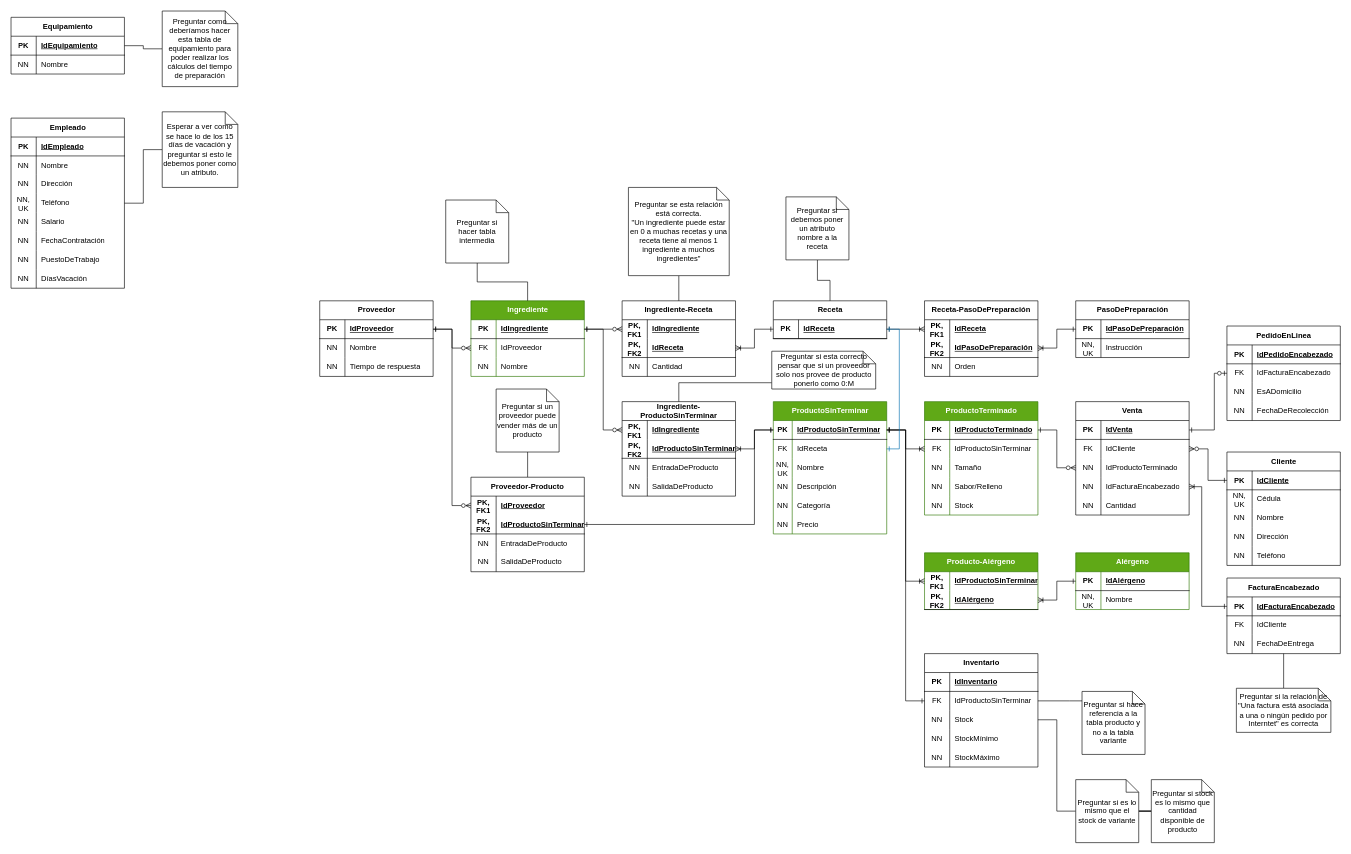
Above: Diagramas Delicias Artesanales.drawio in gfranciscoerazom/ProyectoIntegradorDeliciasArtesanales (draw.io), before the change. Source tidied: cells renumbered, new cells numbered last; positions are measured from the earlier drawing's top-left corner, leaving out a move shared by most shapes. Both pictures are drawn from the tidied source at 63%, with x=0, y=0 at pixel (11, 11).
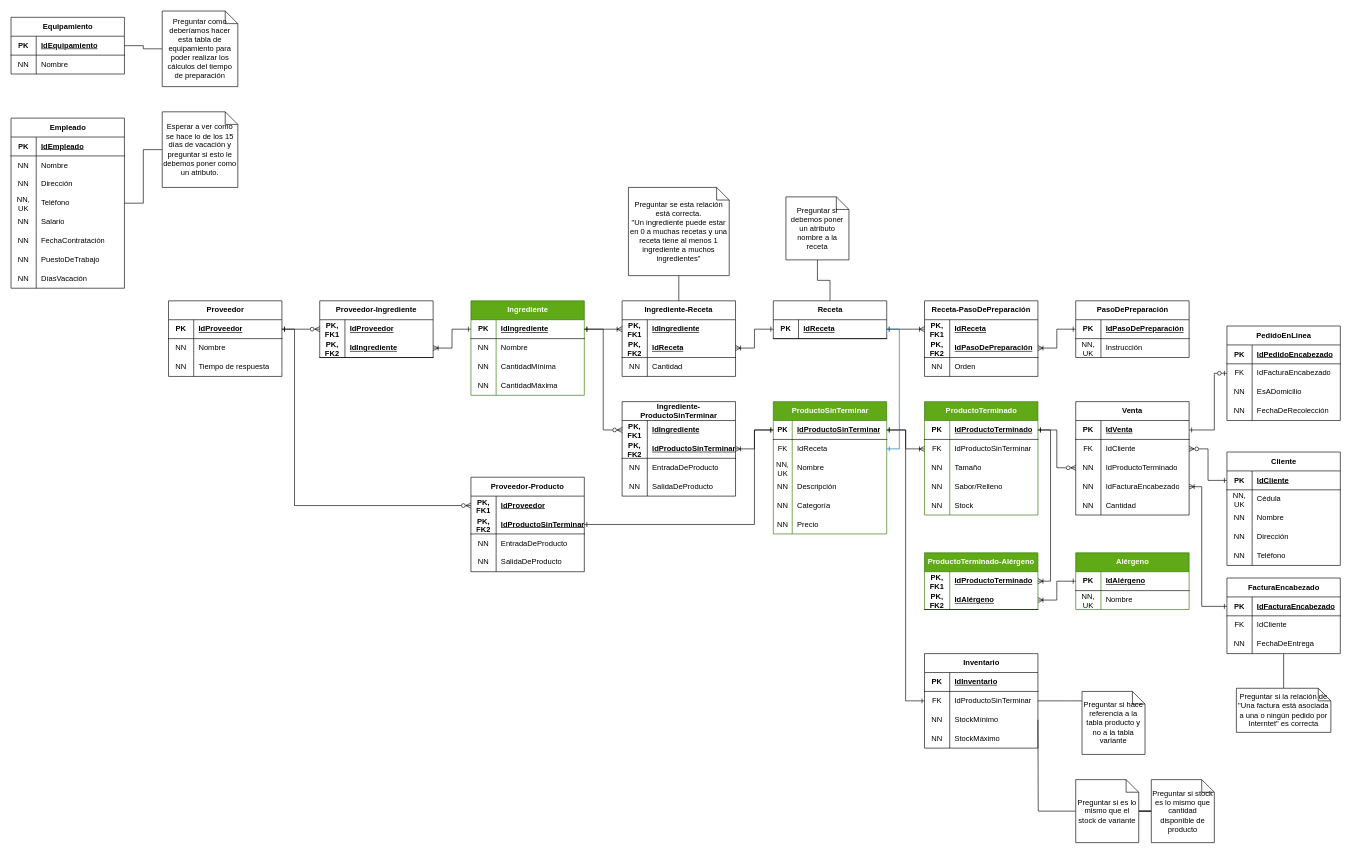
The same page after the edit.

Commit message:
Make it possible for suppliers to provide many products and for one product to be provided by many suppliers

Unchanged cells that the change refers to:
```xml
<mxCell id="35" style="shape=tableRow;horizontal=0;startSize=0;swimlaneHead=0;swimlaneBody=0;fillColor=none;points=[[0,0.5],[1,0.5]];portConstraint=eastwest;top=0;left=0;right=0;bottom=1;" parent="34" vertex="1">
  <mxGeometry y="30" width="180" height="30" as="geometry" />
</mxCell>
<mxCell id="45" style="shape=tableRow;horizontal=0;startSize=0;swimlaneHead=0;swimlaneBody=0;fillColor=none;points=[[0,0.5],[1,0.5]];portConstraint=eastwest;top=0;left=0;right=0;bottom=0;html=1;" parent="44" vertex="1">
  <mxGeometry y="30" width="180" height="30" as="geometry" />
</mxCell>
<mxCell id="82" style="shape=tableRow;horizontal=0;startSize=0;swimlaneHead=0;swimlaneBody=0;fillColor=none;points=[[0,0.5],[1,0.5]];portConstraint=eastwest;top=0;left=0;right=0;bottom=1;" parent="81" vertex="1">
  <mxGeometry y="30" width="180" height="30" as="geometry" />
</mxCell>
<mxCell id="101" style="shape=tableRow;horizontal=0;startSize=0;swimlaneHead=0;swimlaneBody=0;fillColor=none;points=[[0,0.5],[1,0.5]];portConstraint=eastwest;top=0;left=0;right=0;bottom=1;" parent="100" vertex="1">
  <mxGeometry y="30" width="180" height="30" as="geometry" />
</mxCell>
<mxCell id="119" value="Ingrediente-ProductoSinTerminar" style="shape=table;startSize=30;childLayout=tableLayout;rowLines=0;fontStyle=1;align=center;html=1;whiteSpace=wrap;" parent="1" vertex="1">
  <mxGeometry x="970" y="620" width="180" height="150" as="geometry" />
</mxCell>
<mxCell id="135" style="shape=tableRow;horizontal=0;startSize=0;swimlaneHead=0;swimlaneBody=0;fillColor=none;points=[[0,0.5],[1,0.5]];portConstraint=eastwest;top=0;left=0;right=0;bottom=1;" parent="134" vertex="1">
  <mxGeometry y="30" width="180" height="30" as="geometry" />
</mxCell>
<mxCell id="152" style="shape=tableRow;horizontal=0;startSize=0;swimlaneHead=0;swimlaneBody=0;fillColor=none;points=[[0,0.5],[1,0.5]];portConstraint=eastwest;top=0;left=0;right=0;bottom=0;html=1;" parent="151" vertex="1">
  <mxGeometry y="30" width="180" height="30" as="geometry" />
</mxCell>
<mxCell id="187" value="Preguntar si es lo mismo que el stock de variante" style="shape=note;size=20;whiteSpace=wrap;html=1;" parent="1" vertex="1">
  <mxGeometry x="1690" y="1220" width="100" height="100" as="geometry" />
</mxCell>
<mxCell id="192" value="Proveedor-Producto" style="shape=table;startSize=30;childLayout=tableLayout;rowLines=0;fontStyle=1;align=center;html=1;whiteSpace=wrap;" parent="1" vertex="1">
  <mxGeometry x="730" y="740" width="180" height="150" as="geometry" />
</mxCell>
<mxCell id="193" style="shape=tableRow;horizontal=0;startSize=0;swimlaneHead=0;swimlaneBody=0;fillColor=none;points=[[0,0.5],[1,0.5]];portConstraint=eastwest;top=0;left=0;right=0;bottom=0;html=1;" parent="192" vertex="1">
  <mxGeometry y="30" width="180" height="30" as="geometry" />
</mxCell>
```

The edit, as a diff of the source:
```diff
@@
     <mxCell id="34" value="Ingrediente" style="shape=table;startSize=30;childLayout=tableLayout;rowLines=0;fontStyle=1;align=center;html=1;fillColor=#60a917;fontColor=#ffffff;strokeColor=#2D7600;" parent="1" vertex="1">
-      <mxGeometry x="730" y="460" width="180" height="120" as="geometry" />
+      <mxGeometry x="730" y="460" width="180" height="150" as="geometry" />
     </mxCell>
@@
-    <mxCell id="38" style="shape=tableRow;horizontal=0;startSize=0;swimlaneHead=0;swimlaneBody=0;fillColor=none;points=[[0,0.5],[1,0.5]];portConstraint=eastwest;top=0;left=0;right=0;bottom=0;" parent="34" vertex="1">
-      <mxGeometry y="60" width="180" height="30" as="geometry" />
-    </mxCell>
-    <mxCell id="39" value="FK" style="shape=partialRectangle;fillColor=none;top=0;left=0;bottom=0;right=0;overflow=hidden;whiteSpace=wrap;html=1;" parent="38" vertex="1">
-      <mxGeometry width="40" height="30" as="geometry" />
-    </mxCell>
-    <mxCell id="40" value="IdProveedor" style="shape=partialRectangle;fillColor=none;top=0;left=0;bottom=0;right=0;align=left;spacingLeft=6;overflow=hidden;whiteSpace=wrap;html=1;" parent="38" vertex="1">
-      <mxGeometry x="40" width="140" height="30" as="geometry" />
-    </mxCell>
     <mxCell id="41" style="shape=tableRow;horizontal=0;startSize=0;swimlaneHead=0;swimlaneBody=0;fillColor=none;top=0;left=0;right=0;bottom=0;" parent="34" vertex="1">
-      <mxGeometry y="90" width="180" height="30" as="geometry" />
+      <mxGeometry y="60" width="180" height="30" as="geometry" />
     </mxCell>
@@
+    <mxCell id="174" style="shape=tableRow;horizontal=0;startSize=0;swimlaneHead=0;swimlaneBody=0;fillColor=none;points=[[0,0.5],[1,0.5]];portConstraint=eastwest;top=0;left=0;right=0;bottom=0;" parent="34" vertex="1">
+      <mxGeometry y="90" width="180" height="30" as="geometry" />
+    </mxCell>
+    <mxCell id="271" value="NN" style="shape=partialRectangle;fillColor=none;top=0;left=0;bottom=0;right=0;overflow=hidden;whiteSpace=wrap;html=1;" parent="174" vertex="1">
+      <mxGeometry width="40" height="30" as="geometry" />
+    </mxCell>
+    <mxCell id="272" value="CantidadMínima" style="shape=partialRectangle;fillColor=none;top=0;left=0;bottom=0;right=0;align=left;spacingLeft=6;overflow=hidden;whiteSpace=wrap;html=1;" parent="174" vertex="1">
+      <mxGeometry x="40" width="140" height="30" as="geometry" />
+    </mxCell>
+    <mxCell id="273" style="shape=tableRow;horizontal=0;startSize=0;swimlaneHead=0;swimlaneBody=0;fillColor=none;top=0;left=0;right=0;bottom=0;" parent="34" vertex="1">
+      <mxGeometry y="120" width="180" height="30" as="geometry" />
+    </mxCell>
+    <mxCell id="274" value="NN" style="shape=partialRectangle;fillColor=none;top=0;left=0;bottom=0;right=0;overflow=hidden;whiteSpace=wrap;html=1;" parent="273" vertex="1">
+      <mxGeometry width="40" height="30" as="geometry" />
+    </mxCell>
+    <mxCell id="275" value="CantidadMáxima" style="shape=partialRectangle;fillColor=none;top=0;left=0;bottom=0;right=0;align=left;spacingLeft=6;overflow=hidden;whiteSpace=wrap;html=1;" parent="273" vertex="1">
+      <mxGeometry x="40" width="140" height="30" as="geometry" />
+    </mxCell>
@@
-    <mxCell id="58" style="edgeStyle=orthogonalEdgeStyle;rounded=0;jettySize=auto;html=1;endArrow=ERzeroToMany;endFill=0;startArrow=ERone;startFill=0;" parent="1" edge="1" source="35" target="45">
+    <mxCell id="58" style="edgeStyle=orthogonalEdgeStyle;rounded=0;jettySize=auto;html=1;endArrow=ERoneToMany;endFill=0;startArrow=ERone;startFill=0;" parent="1" edge="1" source="35" target="45">
       <mxGeometry relative="1" as="geometry" />
     </mxCell>
@@
     <mxCell id="81" value="Proveedor" style="shape=table;startSize=30;childLayout=tableLayout;rowLines=0;fontStyle=1;align=center;html=1;" parent="1" vertex="1">
-      <mxGeometry x="490" y="460" width="180" height="120" as="geometry" />
+      <mxGeometry x="250" y="460" width="180" height="120" as="geometry" />
     </mxCell>
@@
-    <mxCell id="91" style="edgeStyle=orthogonalEdgeStyle;rounded=0;jettySize=auto;html=1;endArrow=ERzeroToMany;endFill=0;startArrow=ERone;startFill=0;" parent="1" edge="1" source="82" target="38">
+    <mxCell id="91" style="edgeStyle=orthogonalEdgeStyle;rounded=0;jettySize=auto;html=1;endArrow=ERzeroToMany;endFill=0;startArrow=ERone;startFill=0;" parent="1" edge="1" source="82" target="277">
       <mxGeometry relative="1" as="geometry" />
     </mxCell>
-    <mxCell id="92" style="edgeStyle=orthogonalEdgeStyle;rounded=0;jettySize=auto;html=1;exitX=0.5;exitY=1;exitDx=0;exitDy=0;exitPerimeter=0;endArrow=none;endFill=0;" parent="1" edge="1" source="93" target="34">
-      <mxGeometry relative="1" as="geometry" />
-    </mxCell>
-    <mxCell id="93" value="Preguntar si hacer tabla intermedia" style="shape=note;size=20;whiteSpace=wrap;html=1;" parent="1" vertex="1">
-      <mxGeometry x="690" y="300" width="100" height="100" as="geometry" />
-    </mxCell>
@@
-    <mxCell id="151" value="Producto-Alérgeno" style="shape=table;startSize=30;childLayout=tableLayout;rowLines=0;fontStyle=1;align=center;html=1;whiteSpace=wrap;fillColor=#60a917;fontColor=#ffffff;strokeColor=#2D7600;" parent="1" vertex="1">
+    <mxCell id="151" value="ProductoTerminado-Alérgeno" style="shape=table;startSize=30;childLayout=tableLayout;rowLines=0;fontStyle=1;align=center;html=1;whiteSpace=wrap;fillColor=#60a917;fontColor=#ffffff;strokeColor=#2D7600;" parent="1" vertex="1">
       <mxGeometry x="1450" y="860" width="180" height="90" as="geometry" />
     </mxCell>
@@
-    <mxCell id="154" value="IdProductoSinTerminar " style="shape=partialRectangle;fillColor=none;top=0;left=0;bottom=0;right=0;align=left;spacingLeft=6;fontStyle=5;overflow=hidden;html=1;whiteSpace=wrap;" parent="152" vertex="1">
+    <mxCell id="154" value="IdProductoTerminado" style="shape=partialRectangle;fillColor=none;top=0;left=0;bottom=0;right=0;align=left;spacingLeft=6;fontStyle=5;overflow=hidden;html=1;whiteSpace=wrap;" parent="152" vertex="1">
       <mxGeometry x="40" width="140" height="30" as="geometry" />
     </mxCell>
@@
-    <mxCell id="165" style="edgeStyle=orthogonalEdgeStyle;rounded=0;jettySize=auto;html=1;startArrow=ERone;startFill=0;endArrow=ERoneToMany;endFill=0;" parent="1" edge="1" source="101" target="152">
+    <mxCell id="165" style="edgeStyle=orthogonalEdgeStyle;rounded=0;jettySize=auto;html=1;startArrow=ERone;startFill=0;endArrow=ERoneToMany;endFill=0;exitX=1;exitY=0.5;exitDx=0;exitDy=0;" parent="1" edge="1" source="135" target="152">
       <mxGeometry relative="1" as="geometry" />
     </mxCell>
@@
     <mxCell id="167" value="Inventario" style="shape=table;startSize=30;childLayout=tableLayout;rowLines=0;fontStyle=1;align=center;html=1;" parent="1" vertex="1">
-      <mxGeometry x="1450" y="1020" width="180" height="180" as="geometry" />
+      <mxGeometry x="1450" y="1020" width="180" height="150" as="geometry" />
     </mxCell>
@@
-    <mxCell id="174" style="shape=tableRow;horizontal=0;startSize=0;swimlaneHead=0;swimlaneBody=0;fillColor=none;points=[[0,0.5],[1,0.5]];portConstraint=eastwest;top=0;left=0;right=0;bottom=0;" parent="167" vertex="1">
-      <mxGeometry y="90" width="180" height="30" as="geometry" />
-    </mxCell>
-    <mxCell id="175" value="NN" style="shape=partialRectangle;fillColor=none;top=0;left=0;bottom=0;right=0;overflow=hidden;whiteSpace=wrap;html=1;" parent="174" vertex="1">
-      <mxGeometry width="40" height="30" as="geometry" />
-    </mxCell>
-    <mxCell id="176" value="Stock" style="shape=partialRectangle;fillColor=none;top=0;left=0;bottom=0;right=0;align=left;spacingLeft=6;overflow=hidden;whiteSpace=wrap;html=1;" parent="174" vertex="1">
-      <mxGeometry x="40" width="140" height="30" as="geometry" />
-    </mxCell>
     <mxCell id="177" style="shape=tableRow;horizontal=0;startSize=0;swimlaneHead=0;swimlaneBody=0;fillColor=none;top=0;left=0;right=0;bottom=0;" parent="167" vertex="1">
-      <mxGeometry y="120" width="180" height="30" as="geometry" />
+      <mxGeometry y="90" width="180" height="30" as="geometry" />
     </mxCell>
@@
     <mxCell id="180" style="shape=tableRow;horizontal=0;startSize=0;swimlaneHead=0;swimlaneBody=0;fillColor=none;top=0;left=0;right=0;bottom=0;" parent="167" vertex="1">
-      <mxGeometry y="150" width="180" height="30" as="geometry" />
+      <mxGeometry y="120" width="180" height="30" as="geometry" />
     </mxCell>
@@
-    <mxCell id="186" style="edgeStyle=orthogonalEdgeStyle;rounded=0;jettySize=auto;html=1;exitX=0;exitY=0.5;exitDx=0;exitDy=0;exitPerimeter=0;endArrow=none;endFill=0;" parent="1" edge="1" source="187" target="174">
-      <mxGeometry relative="1" as="geometry" />
+    <mxCell id="186" style="edgeStyle=orthogonalEdgeStyle;rounded=0;jettySize=auto;html=1;exitX=0;exitY=0.5;exitDx=0;exitDy=0;exitPerimeter=0;endArrow=none;endFill=0;" parent="1" edge="1" source="187">
+      <mxGeometry relative="1" as="geometry">
+        <mxPoint x="1630" y="1125" as="targetPoint" />
+      </mxGeometry>
     </mxCell>
@@
-    <mxCell id="190" style="edgeStyle=orthogonalEdgeStyle;rounded=0;jettySize=auto;html=1;exitX=0.5;exitY=1;exitDx=0;exitDy=0;exitPerimeter=0;endArrow=none;endFill=0;" parent="1" edge="1" source="191" target="192">
-      <mxGeometry relative="1" as="geometry" />
-    </mxCell>
-    <mxCell id="191" value="Preguntar si un proveedor puede vender más de un producto" style="shape=note;size=20;whiteSpace=wrap;html=1;" parent="1" vertex="1">
-      <mxGeometry x="770" y="600" width="100" height="100" as="geometry" />
-    </mxCell>
@@
-    <mxCell id="205" style="edgeStyle=orthogonalEdgeStyle;rounded=0;jettySize=auto;html=1;startArrow=ERone;startFill=0;endArrow=ERzeroToMany;endFill=0;" parent="1" edge="1" source="82" target="193">
-      <mxGeometry relative="1" as="geometry" />
+    <mxCell id="205" style="edgeStyle=orthogonalEdgeStyle;rounded=0;jettySize=auto;html=1;startArrow=ERone;startFill=0;endArrow=ERzeroToMany;endFill=0;exitX=1;exitY=0.5;exitDx=0;exitDy=0;" parent="1" edge="1" source="82" target="193">
+      <mxGeometry relative="1" as="geometry">
+        <Array as="points">
+          <mxPoint x="450" y="505" />
+          <mxPoint x="450" y="785" />
+        </Array>
+      </mxGeometry>
     </mxCell>
-    <mxCell id="206" style="edgeStyle=orthogonalEdgeStyle;rounded=0;jettySize=auto;html=1;endArrow=none;endFill=0;" parent="1" edge="1" source="207" target="119">
-      <mxGeometry relative="1" as="geometry">
-        <Array as="points">
-          <mxPoint x="1060" y="590" />
-        </Array>
-      </mxGeometry>
-    </mxCell>
-    <mxCell id="207" value="Preguntar si esta correcto pensar que si un proveedor solo nos provee de producto ponerlo como 0:M" style="shape=note;size=20;whiteSpace=wrap;html=1;" parent="1" vertex="1">
-      <mxGeometry x="1207.5" y="540" width="165" height="60" as="geometry" />
-    </mxCell>
@@
+    <mxCell id="276" value="Proveedor-Ingrediente" style="shape=table;startSize=30;childLayout=tableLayout;rowLines=0;fontStyle=1;align=center;html=1;whiteSpace=wrap;" parent="1" vertex="1">
+      <mxGeometry x="490" y="460" width="180" height="90" as="geometry" />
+    </mxCell>
+    <mxCell id="277" style="shape=tableRow;horizontal=0;startSize=0;swimlaneHead=0;swimlaneBody=0;fillColor=none;points=[[0,0.5],[1,0.5]];portConstraint=eastwest;top=0;left=0;right=0;bottom=0;html=1;" parent="276" vertex="1">
+      <mxGeometry y="30" width="180" height="30" as="geometry" />
+    </mxCell>
+    <mxCell id="278" value="PK,&lt;br&gt;FK1" style="shape=partialRectangle;fillColor=none;top=0;left=0;bottom=0;right=0;fontStyle=1;overflow=hidden;html=1;whiteSpace=wrap;" parent="277" vertex="1">
+      <mxGeometry width="40" height="30" as="geometry" />
+    </mxCell>
+    <mxCell id="40" value="IdProveedor" style="shape=partialRectangle;fillColor=none;top=0;left=0;bottom=0;right=0;align=left;spacingLeft=6;fontStyle=5;overflow=hidden;html=1;whiteSpace=wrap;" parent="277" vertex="1">
+      <mxGeometry x="40" width="140" height="30" as="geometry" />
+    </mxCell>
+    <mxCell id="279" style="shape=tableRow;horizontal=0;startSize=0;swimlaneHead=0;swimlaneBody=0;fillColor=none;points=[[0,0.5],[1,0.5]];portConstraint=eastwest;top=0;left=0;right=0;bottom=1;html=1;" parent="276" vertex="1">
+      <mxGeometry y="60" width="180" height="30" as="geometry" />
+    </mxCell>
+    <mxCell id="280" value="PK,&lt;br&gt;FK2" style="shape=partialRectangle;fillColor=none;top=0;left=0;bottom=0;right=0;fontStyle=1;overflow=hidden;html=1;whiteSpace=wrap;" parent="279" vertex="1">
+      <mxGeometry width="40" height="30" as="geometry" />
+    </mxCell>
+    <mxCell id="281" value="IdIngrediente" style="shape=partialRectangle;fillColor=none;top=0;left=0;bottom=0;right=0;align=left;spacingLeft=6;fontStyle=5;overflow=hidden;html=1;whiteSpace=wrap;" parent="279" vertex="1">
+      <mxGeometry x="40" width="140" height="30" as="geometry" />
+    </mxCell>
+    <mxCell id="282" style="edgeStyle=orthogonalEdgeStyle;rounded=0;jettySize=auto;html=1;exitX=0;exitY=0.5;exitDx=0;exitDy=0;startArrow=ERone;startFill=0;endArrow=ERoneToMany;endFill=0;" parent="1" edge="1" source="35" target="279">
+      <mxGeometry relative="1" as="geometry" />
+    </mxCell>
```
